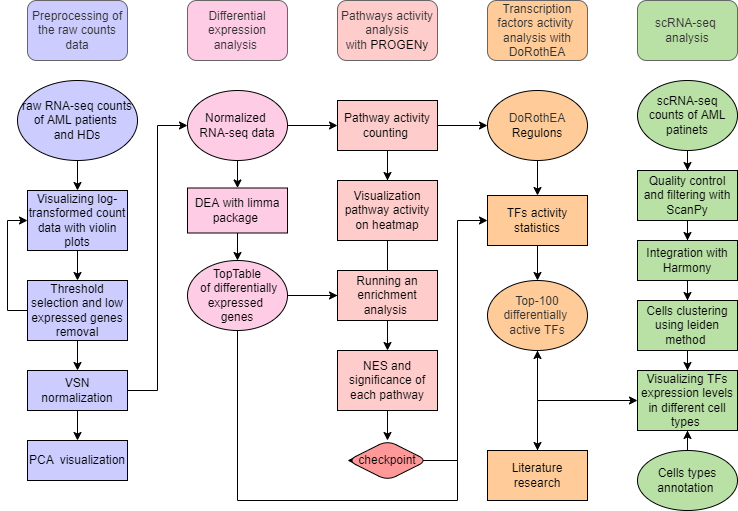
Above: workflow.png in theCastleBuilder/Acute-myeloid-leukemia (draw.io), before the change. Source tidied: cells renumbered, new cells last; positions are measured from the earlier drawing's top-left corner, leaving out a move shared by most shapes.
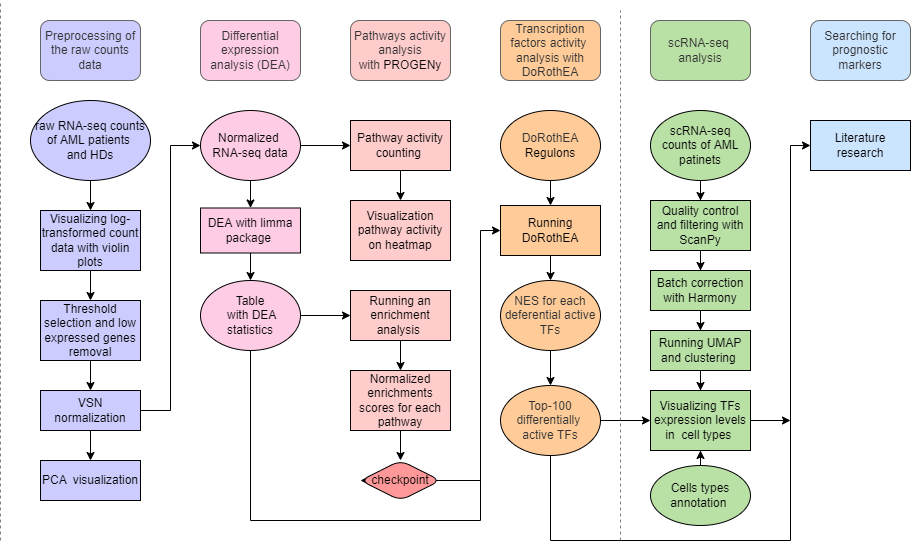
The same diagram one commit later.

What changed in the source:
```diff
@@ -5,14 +5,6 @@
     <mxCell id="2" value="Preprocessing of the raw counts data" style="rounded=1;whiteSpace=wrap;html=1;fillColor=#CCCCFF;strokeColor=#666666;fontColor=#333333;" parent="1" vertex="1">
       <mxGeometry x="20" width="100" height="60" as="geometry" />
     </mxCell>
-    <mxCell id="3" style="edgeStyle=orthogonalEdgeStyle;rounded=0;jettySize=auto;html=1;exitX=0;exitY=0.5;exitDx=0;exitDy=0;entryX=0;entryY=0.5;entryDx=0;entryDy=0;" parent="1" edge="1" source="5" target="8">
-      <mxGeometry relative="1" as="geometry">
-        <Array as="points">
-          <mxPoint y="310" />
-          <mxPoint y="220" />
-        </Array>
-      </mxGeometry>
-    </mxCell>
     <mxCell id="4" style="edgeStyle=orthogonalEdgeStyle;rounded=0;jettySize=auto;html=1;" parent="1" edge="1" source="5" target="19">
       <mxGeometry relative="1" as="geometry" />
     </mxCell>
@@ -49,7 +41,7 @@
     <mxCell id="15" value="Normalized &lt;br&gt;RNA-seq data" style="ellipse;whiteSpace=wrap;html=1;rounded=1;fillColor=#FFCCE6;" parent="1" vertex="1">
       <mxGeometry x="180" y="90" width="100" height="70" as="geometry" />
     </mxCell>
-    <mxCell id="16" value="Differential expression analysis&amp;nbsp;" style="rounded=1;whiteSpace=wrap;html=1;fillColor=#FFCCE6;strokeColor=#666666;fontColor=#333333;" parent="1" vertex="1">
+    <mxCell id="16" value="Differential expression analysis (DEA)" style="rounded=1;whiteSpace=wrap;html=1;fillColor=#FFCCE6;strokeColor=#666666;fontColor=#333333;" parent="1" vertex="1">
       <mxGeometry x="180" width="100" height="60" as="geometry" />
     </mxCell>
     <mxCell id="17" style="edgeStyle=orthogonalEdgeStyle;rounded=0;jettySize=auto;html=1;entryX=0.5;entryY=0;entryDx=0;entryDy=0;" parent="1" edge="1" source="19">
@@ -66,26 +58,23 @@
     <mxCell id="20" style="edgeStyle=orthogonalEdgeStyle;rounded=0;jettySize=auto;html=1;entryX=0;entryY=0.5;entryDx=0;entryDy=0;strokeColor=#000000;fillColor=#000000;" parent="1" edge="1" source="23" target="30">
       <mxGeometry relative="1" as="geometry" />
     </mxCell>
-    <mxCell id="21" style="edgeStyle=orthogonalEdgeStyle;rounded=0;jettySize=auto;html=1;strokeColor=#000000;fillColor=#000000;entryX=0;entryY=0.5;entryDx=0;entryDy=0;" parent="1" edge="1" source="23" target="38">
-      <mxGeometry relative="1" as="geometry" />
-    </mxCell>
     <mxCell id="22" style="edgeStyle=orthogonalEdgeStyle;rounded=0;jettySize=auto;html=1;entryX=0;entryY=0.5;entryDx=0;entryDy=0;strokeColor=#000000;fillColor=#000000;" parent="1" edge="1" source="23" target="42">
       <mxGeometry relative="1" as="geometry">
         <Array as="points">
           <mxPoint x="230" y="500" />
-          <mxPoint x="450" y="500" />
-          <mxPoint x="450" y="460" />
+          <mxPoint x="460" y="500" />
+          <mxPoint x="460" y="460" />
         </Array>
       </mxGeometry>
     </mxCell>
-    <mxCell id="23" value="&lt;span style=&quot;&quot;&gt;TopTable&lt;br&gt;&amp;nbsp;of differentially expressed &lt;br&gt;genes&lt;/span&gt;" style="ellipse;whiteSpace=wrap;html=1;rounded=1;fillColor=#FFCCE6;" parent="1" vertex="1">
+    <mxCell id="23" value="&lt;span style=&quot;&quot;&gt;Table&lt;br&gt;&amp;nbsp;with DEA statistics&lt;/span&gt;" style="ellipse;whiteSpace=wrap;html=1;rounded=1;fillColor=#FFCCE6;" parent="1" vertex="1">
       <mxGeometry x="180" y="260" width="100" height="70" as="geometry" />
     </mxCell>
     <mxCell id="24" style="edgeStyle=orthogonalEdgeStyle;rounded=0;jettySize=auto;html=1;entryX=0.5;entryY=0;entryDx=0;entryDy=0;strokeColor=#000000;fillColor=#000000;" parent="1" edge="1" source="25" target="48">
       <mxGeometry relative="1" as="geometry" />
     </mxCell>
     <mxCell id="25" value="scRNA-seq counts of AML patinets" style="ellipse;whiteSpace=wrap;html=1;rounded=1;strokeColor=#000000;fillColor=#B9E0A5;" parent="1" vertex="1">
-      <mxGeometry x="630" y="80" width="100" height="70" as="geometry" />
+      <mxGeometry x="630" y="90" width="100" height="70" as="geometry" />
     </mxCell>
     <mxCell id="26" value="Pathways activity analysis with&amp;nbsp;&lt;span style=&quot;color: rgb(0, 0, 0);&quot;&gt;PROGENy&lt;/span&gt;" style="rounded=1;whiteSpace=wrap;html=1;fillColor=#FFCCCC;strokeColor=#666666;fontColor=#333333;" parent="1" vertex="1">
       <mxGeometry x="330" width="100" height="60" as="geometry" />
@@ -108,20 +97,18 @@
     <mxCell id="32" value="Transcription factors activity&amp;nbsp; analysis with DoRothEA" style="rounded=1;whiteSpace=wrap;html=1;fillColor=#FFCC99;strokeColor=#666666;fontColor=#333333;" parent="1" vertex="1">
       <mxGeometry x="480" width="100" height="60" as="geometry" />
     </mxCell>
-    <mxCell id="33" style="edgeStyle=orthogonalEdgeStyle;rounded=0;jettySize=auto;html=1;strokeColor=#000000;fillColor=#000000;" parent="1" edge="1" source="34">
-      <mxGeometry relative="1" as="geometry">
-        <mxPoint x="530" y="280" as="targetPoint" />
-      </mxGeometry>
-    </mxCell>
+    <mxCell id="58" style="edgeStyle=orthogonalEdgeStyle;rounded=0;jettySize=auto;html=1;entryX=0.5;entryY=0;entryDx=0;entryDy=0;strokeColor=#000000;fillColor=#000000;" parent="1" edge="1" source="34" target="61">
+      <mxGeometry relative="1" as="geometry" />
+    </mxCell>
-    <mxCell id="34" value="TFs activity statistics" style="rounded=0;whiteSpace=wrap;html=1;strokeColor=#000000;fillColor=#FFCC99;" parent="1" vertex="1">
-      <mxGeometry x="480" y="195" width="100" height="50" as="geometry" />
+    <mxCell id="34" value="Running DoRothEA" style="rounded=0;whiteSpace=wrap;html=1;strokeColor=#000000;fillColor=#FFCC99;" parent="1" vertex="1">
+      <mxGeometry x="480" y="185" width="100" height="50" as="geometry" />
     </mxCell>
     <mxCell id="35" style="edgeStyle=orthogonalEdgeStyle;rounded=0;jettySize=auto;html=1;strokeColor=#000000;fillColor=#000000;" parent="1" edge="1" source="36">
       <mxGeometry relative="1" as="geometry">
         <mxPoint x="380" y="440" as="targetPoint" />
       </mxGeometry>
     </mxCell>
-    <mxCell id="36" value="NES and significance of each pathway" style="rounded=0;whiteSpace=wrap;html=1;strokeColor=#000000;fillColor=#FFCCCC;" parent="1" vertex="1">
+    <mxCell id="36" value="Normalized enrichments scores for each pathway" style="rounded=0;whiteSpace=wrap;html=1;strokeColor=#000000;fillColor=#FFCCCC;" parent="1" vertex="1">
       <mxGeometry x="330" y="350" width="100" height="60" as="geometry" />
     </mxCell>
     <mxCell id="37" style="edgeStyle=orthogonalEdgeStyle;rounded=0;jettySize=auto;html=1;entryX=0.5;entryY=0;entryDx=0;entryDy=0;strokeColor=#000000;fillColor=#000000;" parent="1" edge="1" source="38" target="34">
@@ -136,8 +123,8 @@
     <mxCell id="40" style="edgeStyle=orthogonalEdgeStyle;rounded=0;jettySize=auto;html=1;entryX=0;entryY=0.5;entryDx=0;entryDy=0;strokeColor=#000000;fillColor=#000000;exitX=1;exitY=0.5;exitDx=0;exitDy=0;" parent="1" edge="1" source="42" target="34">
       <mxGeometry relative="1" as="geometry">
         <Array as="points">
-          <mxPoint x="450" y="460" />
-          <mxPoint x="450" y="220" />
+          <mxPoint x="460" y="460" />
+          <mxPoint x="460" y="210" />
         </Array>
       </mxGeometry>
     </mxCell>
@@ -153,50 +140,75 @@
       <mxGeometry x="630" width="100" height="60" as="geometry" />
     </mxCell>
     <mxCell id="44" style="edgeStyle=orthogonalEdgeStyle;rounded=0;jettySize=auto;html=1;entryX=0;entryY=0.5;entryDx=0;entryDy=0;strokeColor=#000000;fillColor=#000000;" parent="1" edge="1" source="46" target="55">
-      <mxGeometry relative="1" as="geometry">
-        <Array as="points">
-          <mxPoint x="530" y="400" />
-        </Array>
-      </mxGeometry>
+      <mxGeometry relative="1" as="geometry" />
     </mxCell>
-    <mxCell id="45" style="edgeStyle=orthogonalEdgeStyle;rounded=0;jettySize=auto;html=1;entryX=0.5;entryY=0;entryDx=0;entryDy=0;strokeColor=#000000;fillColor=#000000;" parent="1" edge="1" source="46" target="57">
-      <mxGeometry relative="1" as="geometry" />
+    <mxCell id="45" style="edgeStyle=orthogonalEdgeStyle;rounded=0;jettySize=auto;html=1;entryX=0;entryY=0.5;entryDx=0;entryDy=0;strokeColor=#000000;fillColor=#000000;" parent="1" edge="1" source="46" target="57">
+      <mxGeometry relative="1" as="geometry">
+        <Array as="points">
+          <mxPoint x="530" y="520" />
+          <mxPoint x="770" y="520" />
+          <mxPoint x="770" y="125" />
+        </Array>
+      </mxGeometry>
     </mxCell>
     <mxCell id="46" value="&lt;font color=&quot;#333333&quot;&gt;Top-100 differentially&amp;nbsp; active TFs&lt;/font&gt;" style="ellipse;whiteSpace=wrap;html=1;rounded=1;fillColor=#FFCC99;" parent="1" vertex="1">
-      <mxGeometry x="480" y="280" width="100" height="70" as="geometry" />
+      <mxGeometry x="480" y="365" width="100" height="70" as="geometry" />
     </mxCell>
     <mxCell id="47" style="edgeStyle=orthogonalEdgeStyle;rounded=0;jettySize=auto;html=1;entryX=0.5;entryY=0;entryDx=0;entryDy=0;strokeColor=#000000;fillColor=#000000;" parent="1" edge="1" source="48" target="50">
       <mxGeometry relative="1" as="geometry" />
     </mxCell>
     <mxCell id="48" value="Quality control and filtering with ScanPy" style="rounded=0;whiteSpace=wrap;html=1;strokeColor=#000000;fillColor=#B9E0A5;" parent="1" vertex="1">
-      <mxGeometry x="630" y="170" width="100" height="50" as="geometry" />
+      <mxGeometry x="630" y="180" width="100" height="50" as="geometry" />
     </mxCell>
     <mxCell id="49" style="edgeStyle=orthogonalEdgeStyle;rounded=0;jettySize=auto;html=1;entryX=0.5;entryY=0;entryDx=0;entryDy=0;strokeColor=#000000;fillColor=#000000;" parent="1" edge="1" source="50" target="52">
       <mxGeometry relative="1" as="geometry" />
     </mxCell>
-    <mxCell id="50" value="Integration with Harmony" style="rounded=0;whiteSpace=wrap;html=1;strokeColor=#000000;fillColor=#B9E0A5;" parent="1" vertex="1">
-      <mxGeometry x="630" y="240" width="100" height="40" as="geometry" />
+    <mxCell id="50" value="Batch correction with Harmony" style="rounded=0;whiteSpace=wrap;html=1;strokeColor=#000000;fillColor=#B9E0A5;" parent="1" vertex="1">
+      <mxGeometry x="630" y="250" width="100" height="40" as="geometry" />
     </mxCell>
     <mxCell id="51" style="edgeStyle=orthogonalEdgeStyle;rounded=0;jettySize=auto;html=1;entryX=0.5;entryY=0;entryDx=0;entryDy=0;strokeColor=#000000;fillColor=#000000;" parent="1" edge="1" source="52" target="55">
       <mxGeometry relative="1" as="geometry" />
     </mxCell>
-    <mxCell id="52" value="Cells clustering using leiden method&amp;nbsp;" style="rounded=0;whiteSpace=wrap;html=1;strokeColor=#000000;fillColor=#B9E0A5;" parent="1" vertex="1">
-      <mxGeometry x="630" y="300" width="100" height="50" as="geometry" />
+    <mxCell id="52" value="Running UMAP and clustering&amp;nbsp;" style="rounded=0;whiteSpace=wrap;html=1;strokeColor=#000000;fillColor=#B9E0A5;" parent="1" vertex="1">
+      <mxGeometry x="630" y="310" width="100" height="40" as="geometry" />
     </mxCell>
     <mxCell id="53" style="edgeStyle=orthogonalEdgeStyle;rounded=0;jettySize=auto;html=1;entryX=0.5;entryY=1;entryDx=0;entryDy=0;strokeColor=#000000;fillColor=#000000;" parent="1" edge="1" source="54" target="55">
       <mxGeometry relative="1" as="geometry" />
     </mxCell>
     <mxCell id="54" value="Cells types annotation&amp;nbsp;" style="ellipse;whiteSpace=wrap;html=1;rounded=1;strokeColor=#000000;fillColor=#B9E0A5;" parent="1" vertex="1">
-      <mxGeometry x="630" y="450" width="100" height="60" as="geometry" />
+      <mxGeometry x="630" y="445" width="100" height="60" as="geometry" />
     </mxCell>
+    <mxCell id="59" style="edgeStyle=orthogonalEdgeStyle;rounded=0;jettySize=auto;html=1;strokeColor=#000000;fillColor=#000000;" parent="1" edge="1" source="55">
+      <mxGeometry relative="1" as="geometry">
+        <mxPoint x="770" y="400" as="targetPoint" />
+      </mxGeometry>
+    </mxCell>
-    <mxCell id="55" value="Visualizing TFs expression levels in different cell types&amp;nbsp;" style="rounded=0;whiteSpace=wrap;html=1;strokeColor=#000000;fillColor=#B9E0A5;" parent="1" vertex="1">
+    <mxCell id="55" value="Visualizing TFs expression levels in&amp;nbsp; cell types&amp;nbsp;" style="rounded=0;whiteSpace=wrap;html=1;strokeColor=#000000;fillColor=#B9E0A5;" parent="1" vertex="1">
       <mxGeometry x="630" y="370" width="100" height="60" as="geometry" />
     </mxCell>
-    <mxCell id="56" style="edgeStyle=orthogonalEdgeStyle;rounded=0;jettySize=auto;html=1;strokeColor=#000000;fillColor=#000000;" parent="1" edge="1" source="57" target="46">
-      <mxGeometry relative="1" as="geometry" />
-    </mxCell>
-    <mxCell id="57" value="Literature research" style="rounded=0;whiteSpace=wrap;html=1;strokeColor=#000000;fillColor=#FFCC99;" parent="1" vertex="1">
-      <mxGeometry x="480" y="450" width="100" height="50" as="geometry" />
+    <mxCell id="57" value="Literature research" style="rounded=0;whiteSpace=wrap;html=1;strokeColor=#000000;fillColor=#CCE5FF;" parent="1" vertex="1">
+      <mxGeometry x="790" y="100" width="100" height="50" as="geometry" />
     </mxCell>
+    <mxCell id="60" style="edgeStyle=orthogonalEdgeStyle;rounded=0;jettySize=auto;html=1;entryX=0.5;entryY=0;entryDx=0;entryDy=0;strokeColor=#000000;fillColor=#000000;" parent="1" edge="1" source="61" target="46">
+      <mxGeometry relative="1" as="geometry" />
+    </mxCell>
+    <mxCell id="61" value="&lt;font color=&quot;#333333&quot;&gt;NES for each deferential active TFs&lt;/font&gt;" style="ellipse;whiteSpace=wrap;html=1;rounded=1;fillColor=#FFCC99;" parent="1" vertex="1">
+      <mxGeometry x="480" y="260" width="100" height="70" as="geometry" />
+    </mxCell>
+    <mxCell id="62" style="endArrow=none;dashed=1;html=1;rounded=0;strokeColor=#808080;fillColor=#000000;" parent="1" edge="1">
+      <mxGeometry relative="1" as="geometry">
+        <mxPoint x="-20" y="520" as="sourcePoint" />
+        <mxPoint x="-20" y="-20" as="targetPoint" />
+      </mxGeometry>
+    </mxCell>
+    <mxCell id="63" style="endArrow=none;dashed=1;html=1;rounded=0;strokeColor=#808080;fillColor=#000000;" parent="1" edge="1">
+      <mxGeometry relative="1" as="geometry">
+        <mxPoint x="600" y="520" as="sourcePoint" />
+        <mxPoint x="600" y="-10" as="targetPoint" />
+      </mxGeometry>
+    </mxCell>
+    <mxCell id="64" value="Searching for prognostic markers" style="rounded=1;whiteSpace=wrap;html=1;fillColor=#CCE5FF;strokeColor=#666666;fontColor=#333333;" parent="1" vertex="1">
+      <mxGeometry x="790" width="100" height="60" as="geometry" />
+    </mxCell>
   </root>
 </mxGraphModel>
```
